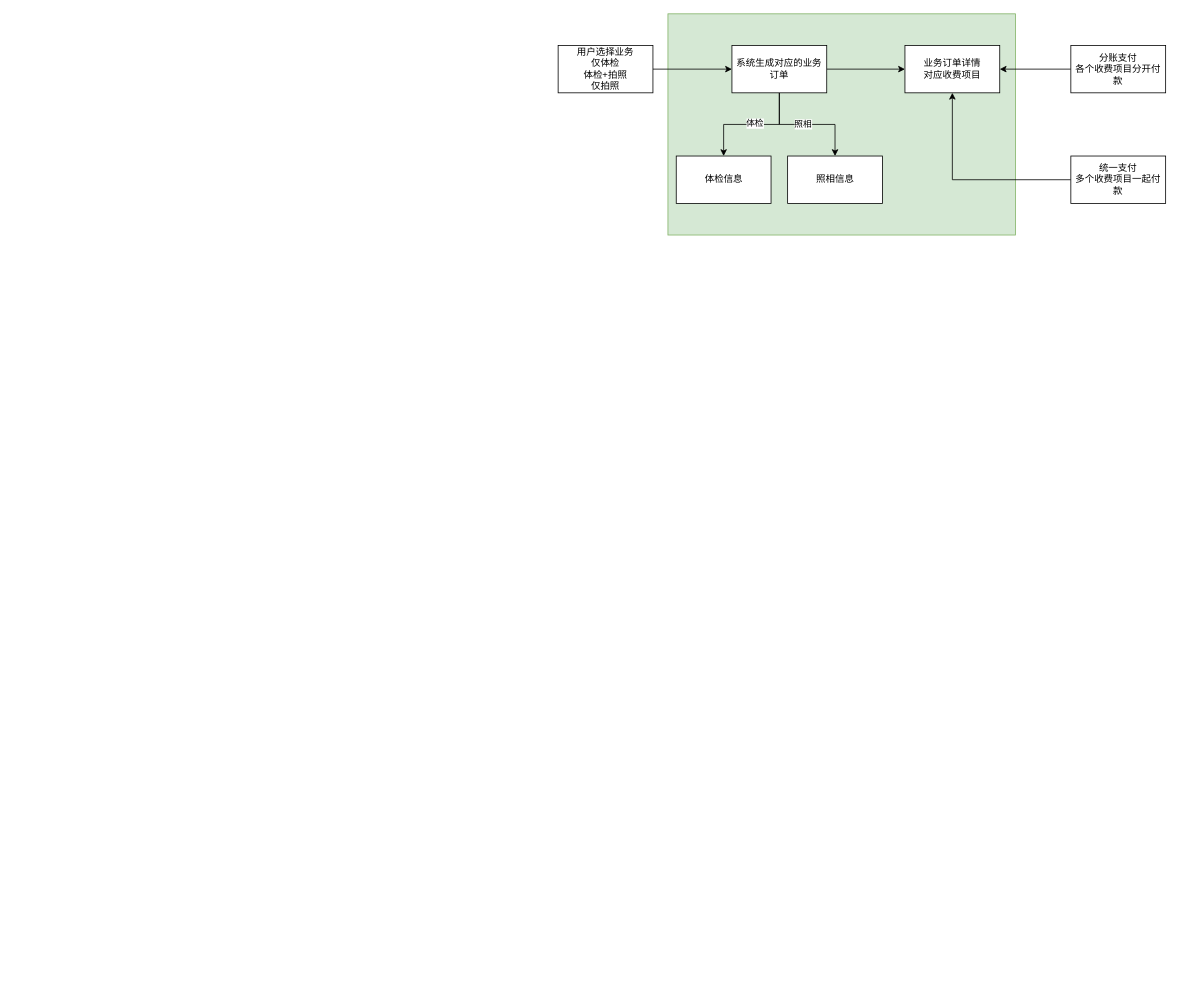
Earlier version of the draw.io diagram page "订单数据模型" (6 of 7) of V3.0.0.drawio (FifteenLab/test). Source tidied: cells renumbered, new cells numbered last; positions are measured from the earlier drawing's top-left corner, leaving out a move shared by most shapes. Both pictures are drawn from the tidied source at 79%, with x=0, y=0 at pixel (558, 13).
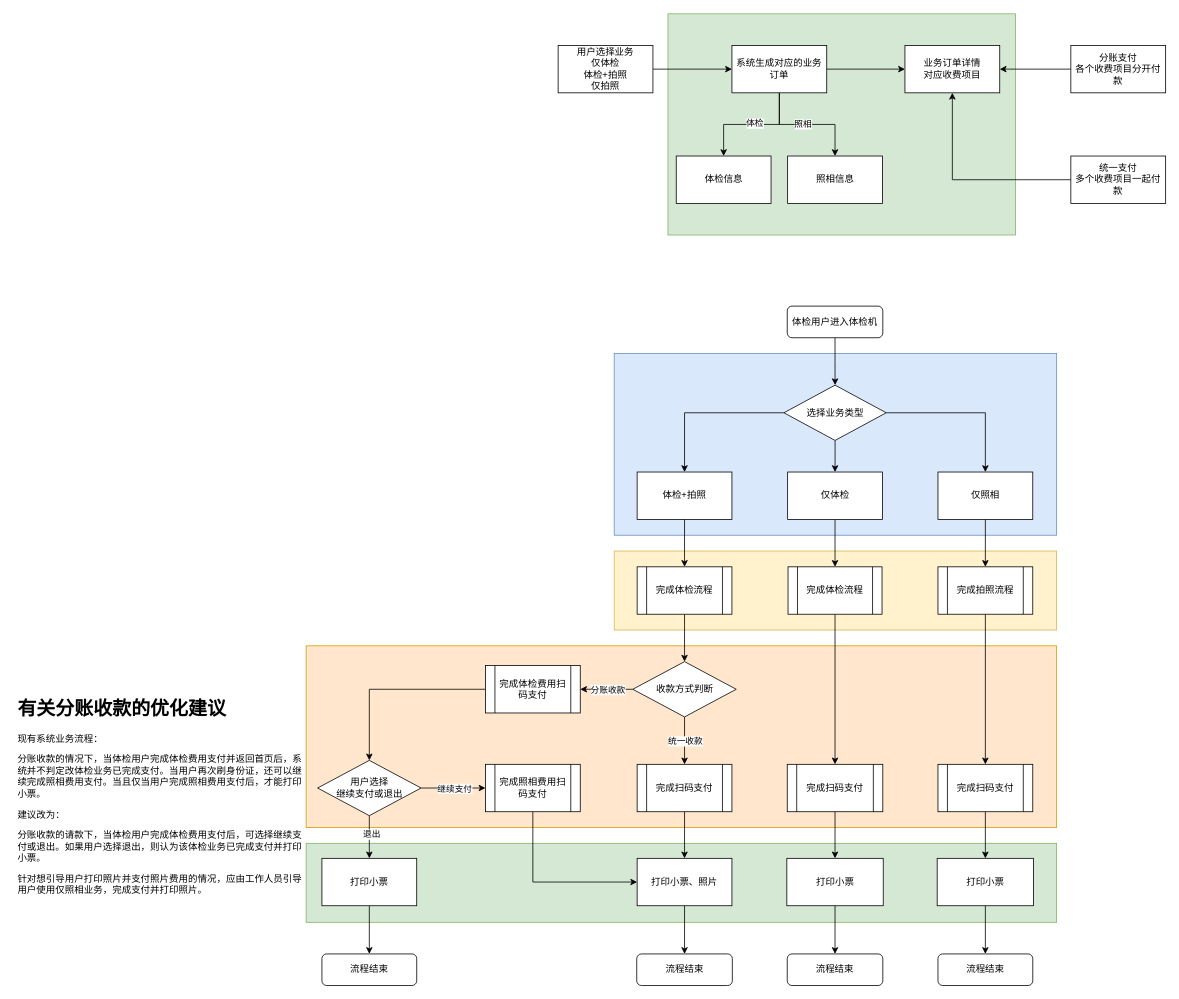
After the change.

Change to the diagram source:
```diff
@@
+    <mxCell id="17" style="rounded=0;whiteSpace=wrap;html=1;fillColor=#dae8fc;strokeColor=#6c8ebf;" parent="1" vertex="1">
+      <mxGeometry x="71" y="430" width="560" height="230" as="geometry" />
+    </mxCell>
+    <mxCell id="18" style="rounded=0;whiteSpace=wrap;html=1;fillColor=#d5e8d4;strokeColor=#82b366;" parent="1" vertex="1">
+      <mxGeometry x="-319" y="1050" width="950" height="100" as="geometry" />
+    </mxCell>
+    <mxCell id="19" style="rounded=0;whiteSpace=wrap;html=1;fillColor=#fff2cc;strokeColor=#d6b656;" parent="1" vertex="1">
+      <mxGeometry x="71" y="680" width="560" height="100" as="geometry" />
+    </mxCell>
+    <mxCell id="20" style="rounded=0;whiteSpace=wrap;html=1;fillColor=#ffe6cc;strokeColor=#d79b00;" parent="1" vertex="1">
+      <mxGeometry x="-319" y="800" width="950" height="230" as="geometry" />
+    </mxCell>
@@
+    <mxCell id="21" style="edgeStyle=orthogonalEdgeStyle;rounded=0;jettySize=auto;html=1;exitX=0;exitY=0.5;exitDx=0;exitDy=0;" parent="1" edge="1" source="31" target="27">
+      <mxGeometry relative="1" as="geometry" />
+    </mxCell>
+    <mxCell id="22" style="edgeStyle=orthogonalEdgeStyle;rounded=0;jettySize=auto;html=1;exitX=0.5;exitY=1;exitDx=0;exitDy=0;" parent="1" edge="1" source="31" target="25">
+      <mxGeometry relative="1" as="geometry" />
+    </mxCell>
+    <mxCell id="23" style="edgeStyle=orthogonalEdgeStyle;rounded=0;jettySize=auto;html=1;entryX=0.5;entryY=0;entryDx=0;entryDy=0;exitX=1;exitY=0.5;exitDx=0;exitDy=0;" parent="1" edge="1" source="31" target="29">
+      <mxGeometry relative="1" as="geometry" />
+    </mxCell>
+    <mxCell id="24" style="edgeStyle=orthogonalEdgeStyle;rounded=0;jettySize=auto;html=1;" parent="1" edge="1" source="25" target="55">
+      <mxGeometry relative="1" as="geometry" />
+    </mxCell>
+    <mxCell id="25" value="仅体检" style="rounded=0;whiteSpace=wrap;html=1;" parent="1" vertex="1">
+      <mxGeometry x="290.5" y="580" width="120" height="60" as="geometry" />
+    </mxCell>
+    <mxCell id="26" style="edgeStyle=orthogonalEdgeStyle;rounded=0;jettySize=auto;html=1;" parent="1" edge="1" source="27" target="33">
+      <mxGeometry relative="1" as="geometry" />
+    </mxCell>
+    <mxCell id="27" value="体检+拍照" style="rounded=0;whiteSpace=wrap;html=1;" parent="1" vertex="1">
+      <mxGeometry x="100" y="580" width="120" height="60" as="geometry" />
+    </mxCell>
+    <mxCell id="28" style="edgeStyle=orthogonalEdgeStyle;rounded=0;jettySize=auto;html=1;entryX=0.5;entryY=0;entryDx=0;entryDy=0;" parent="1" edge="1" source="29" target="62">
+      <mxGeometry relative="1" as="geometry" />
+    </mxCell>
+    <mxCell id="29" value="仅照相" style="rounded=0;whiteSpace=wrap;html=1;" parent="1" vertex="1">
+      <mxGeometry x="480.8" y="580" width="120" height="60" as="geometry" />
+    </mxCell>
+    <mxCell id="30" style="edgeStyle=orthogonalEdgeStyle;rounded=0;jettySize=auto;html=1;entryX=0.5;entryY=0;entryDx=0;entryDy=0;exitX=0.5;exitY=1;exitDx=0;exitDy=0;" parent="1" edge="1" source="44" target="31">
+      <mxGeometry relative="1" as="geometry" />
+    </mxCell>
+    <mxCell id="31" value="选择业务类型" style="rhombus;whiteSpace=wrap;html=1;" parent="1" vertex="1">
+      <mxGeometry x="285.8" y="470" width="129.5" height="70" as="geometry" />
+    </mxCell>
+    <mxCell id="32" style="edgeStyle=orthogonalEdgeStyle;rounded=0;jettySize=auto;html=1;entryX=0.5;entryY=0;entryDx=0;entryDy=0;" parent="1" edge="1" source="33" target="38">
+      <mxGeometry relative="1" as="geometry" />
+    </mxCell>
+    <mxCell id="33" value="完成体检流程" style="shape=process;whiteSpace=wrap;html=1;backgroundOutline=1;" parent="1" vertex="1">
+      <mxGeometry x="100" y="700" width="120" height="60" as="geometry" />
+    </mxCell>
+    <mxCell id="34" style="edgeStyle=orthogonalEdgeStyle;rounded=0;jettySize=auto;html=1;" parent="1" edge="1" source="38" target="40">
+      <mxGeometry relative="1" as="geometry" />
+    </mxCell>
+    <mxCell id="35" value="统一收款" style="edgeLabel;html=1;align=center;verticalAlign=middle;" parent="34" vertex="1">
+      <mxGeometry x="-0.47" y="-1" relative="1" as="geometry">
+        <mxPoint x="1" y="14" as="offset" />
+      </mxGeometry>
+    </mxCell>
+    <mxCell id="36" style="edgeStyle=orthogonalEdgeStyle;rounded=0;jettySize=auto;html=1;entryX=1;entryY=0.5;entryDx=0;entryDy=0;" parent="1" edge="1" source="38" target="46">
+      <mxGeometry relative="1" as="geometry" />
+    </mxCell>
+    <mxCell id="37" value="分账收款" style="edgeLabel;html=1;align=center;verticalAlign=middle;" parent="36" vertex="1">
+      <mxGeometry x="-0.2" y="-1" relative="1" as="geometry">
+        <mxPoint x="-5.5" y="1" as="offset" />
+      </mxGeometry>
+    </mxCell>
+    <mxCell id="38" value="收款方式判断" style="rhombus;whiteSpace=wrap;html=1;" parent="1" vertex="1">
+      <mxGeometry x="94.5" y="820" width="131" height="70" as="geometry" />
+    </mxCell>
+    <mxCell id="39" style="edgeStyle=orthogonalEdgeStyle;rounded=0;jettySize=auto;html=1;" parent="1" edge="1" source="40" target="42">
+      <mxGeometry relative="1" as="geometry" />
+    </mxCell>
+    <mxCell id="40" value="完成扫码支付" style="shape=process;whiteSpace=wrap;html=1;backgroundOutline=1;" parent="1" vertex="1">
+      <mxGeometry x="100" y="950" width="120" height="60" as="geometry" />
+    </mxCell>
+    <mxCell id="41" style="edgeStyle=orthogonalEdgeStyle;rounded=0;jettySize=auto;html=1;" parent="1" edge="1" source="42" target="43">
+      <mxGeometry relative="1" as="geometry" />
+    </mxCell>
+    <mxCell id="42" value="打印小票、照片" style="rounded=0;whiteSpace=wrap;html=1;" parent="1" vertex="1">
+      <mxGeometry x="100" y="1069" width="120" height="60" as="geometry" />
+    </mxCell>
+    <mxCell id="43" value="流程结束" style="rounded=1;whiteSpace=wrap;html=1;" parent="1" vertex="1">
+      <mxGeometry x="99.5" y="1190" width="121" height="40" as="geometry" />
+    </mxCell>
+    <mxCell id="44" value="体检用户进入体检机" style="rounded=1;whiteSpace=wrap;html=1;" parent="1" vertex="1">
+      <mxGeometry x="290" y="370" width="121" height="40" as="geometry" />
+    </mxCell>
+    <mxCell id="45" style="edgeStyle=orthogonalEdgeStyle;rounded=0;jettySize=auto;html=1;" parent="1" edge="1" source="46" target="51">
+      <mxGeometry relative="1" as="geometry" />
+    </mxCell>
+    <mxCell id="46" value="完成体检费用扫码支付" style="shape=process;whiteSpace=wrap;html=1;backgroundOutline=1;" parent="1" vertex="1">
+      <mxGeometry x="-92" y="825" width="120" height="60" as="geometry" />
+    </mxCell>
+    <mxCell id="47" value="流程结束" style="rounded=1;whiteSpace=wrap;html=1;" parent="1" vertex="1">
+      <mxGeometry x="-299" y="1190" width="120" height="40" as="geometry" />
+    </mxCell>
+    <mxCell id="48" style="edgeStyle=orthogonalEdgeStyle;rounded=0;jettySize=auto;html=1;" parent="1" edge="1" source="68" target="47">
+      <mxGeometry relative="1" as="geometry" />
+    </mxCell>
+    <mxCell id="49" style="edgeStyle=orthogonalEdgeStyle;rounded=0;jettySize=auto;html=1;exitX=1;exitY=0.5;exitDx=0;exitDy=0;entryX=0;entryY=0.5;entryDx=0;entryDy=0;" parent="1" edge="1" source="51" target="53">
+      <mxGeometry relative="1" as="geometry" />
+    </mxCell>
+    <mxCell id="50" value="继续支付" style="edgeLabel;html=1;align=center;verticalAlign=middle;" parent="49" vertex="1">
+      <mxGeometry x="0.02" relative="1" as="geometry" />
+    </mxCell>
+    <mxCell id="51" value="用户选择&lt;br&gt;继续支付或退出" style="rhombus;whiteSpace=wrap;html=1;strokeColor=#000000;" parent="1" vertex="1">
+      <mxGeometry x="-304.5" y="945" width="131" height="70" as="geometry" />
+    </mxCell>
+    <mxCell id="52" style="edgeStyle=orthogonalEdgeStyle;rounded=0;jettySize=auto;html=1;exitX=0.5;exitY=1;exitDx=0;exitDy=0;entryX=0;entryY=0.5;entryDx=0;entryDy=0;" parent="1" edge="1" source="53" target="42">
+      <mxGeometry relative="1" as="geometry" />
+    </mxCell>
+    <mxCell id="53" value="完成照相费用扫码支付" style="shape=process;whiteSpace=wrap;html=1;backgroundOutline=1;" parent="1" vertex="1">
+      <mxGeometry x="-92" y="950" width="120" height="60" as="geometry" />
+    </mxCell>
+    <mxCell id="54" style="edgeStyle=orthogonalEdgeStyle;rounded=0;jettySize=auto;html=1;" parent="1" edge="1" source="55" target="57">
+      <mxGeometry relative="1" as="geometry" />
+    </mxCell>
+    <mxCell id="55" value="完成体检流程" style="shape=process;whiteSpace=wrap;html=1;backgroundOutline=1;" parent="1" vertex="1">
+      <mxGeometry x="291" y="700" width="119" height="60" as="geometry" />
+    </mxCell>
+    <mxCell id="56" style="edgeStyle=orthogonalEdgeStyle;rounded=0;jettySize=auto;html=1;" parent="1" edge="1" source="57" target="60">
+      <mxGeometry relative="1" as="geometry" />
+    </mxCell>
+    <mxCell id="57" value="完成扫码支付" style="shape=process;whiteSpace=wrap;html=1;backgroundOutline=1;" parent="1" vertex="1">
+      <mxGeometry x="290" y="950" width="121" height="60" as="geometry" />
+    </mxCell>
+    <mxCell id="58" value="流程结束" style="rounded=1;whiteSpace=wrap;html=1;" parent="1" vertex="1">
+      <mxGeometry x="290" y="1190" width="121" height="40" as="geometry" />
+    </mxCell>
+    <mxCell id="59" style="edgeStyle=orthogonalEdgeStyle;rounded=0;jettySize=auto;html=1;" parent="1" edge="1" source="60" target="58">
+      <mxGeometry relative="1" as="geometry" />
+    </mxCell>
+    <mxCell id="60" value="打印小票" style="rounded=0;whiteSpace=wrap;html=1;" parent="1" vertex="1">
+      <mxGeometry x="289.5" y="1069" width="122" height="60" as="geometry" />
+    </mxCell>
+    <mxCell id="61" style="edgeStyle=orthogonalEdgeStyle;rounded=0;jettySize=auto;html=1;" parent="1" edge="1" source="62" target="64">
+      <mxGeometry relative="1" as="geometry" />
+    </mxCell>
+    <mxCell id="62" value="完成拍照流程" style="shape=process;whiteSpace=wrap;html=1;backgroundOutline=1;" parent="1" vertex="1">
+      <mxGeometry x="480.8" y="700" width="120" height="60" as="geometry" />
+    </mxCell>
+    <mxCell id="63" style="edgeStyle=orthogonalEdgeStyle;rounded=0;jettySize=auto;html=1;entryX=0.5;entryY=0;entryDx=0;entryDy=0;" parent="1" edge="1" source="64" target="67">
+      <mxGeometry relative="1" as="geometry" />
+    </mxCell>
+    <mxCell id="64" value="完成扫码支付" style="shape=process;whiteSpace=wrap;html=1;backgroundOutline=1;" parent="1" vertex="1">
+      <mxGeometry x="480.8" y="950" width="120" height="60" as="geometry" />
+    </mxCell>
+    <mxCell id="65" value="流程结束" style="rounded=1;whiteSpace=wrap;html=1;" parent="1" vertex="1">
+      <mxGeometry x="480.8" y="1190" width="120" height="40" as="geometry" />
+    </mxCell>
+    <mxCell id="66" style="edgeStyle=orthogonalEdgeStyle;rounded=0;jettySize=auto;html=1;" parent="1" edge="1" source="67" target="65">
+      <mxGeometry relative="1" as="geometry" />
+    </mxCell>
+    <mxCell id="67" value="打印小票" style="rounded=0;whiteSpace=wrap;html=1;" parent="1" vertex="1">
+      <mxGeometry x="479.8" y="1069" width="122" height="60" as="geometry" />
+    </mxCell>
+    <mxCell id="68" value="打印小票" style="rounded=0;whiteSpace=wrap;html=1;" parent="1" vertex="1">
+      <mxGeometry x="-299" y="1069" width="120" height="60" as="geometry" />
+    </mxCell>
+    <mxCell id="69" style="edgeStyle=orthogonalEdgeStyle;rounded=0;jettySize=auto;html=1;" parent="1" edge="1" source="51" target="68">
+      <mxGeometry relative="1" as="geometry" />
+    </mxCell>
+    <mxCell id="70" value="退出" style="edgeLabel;html=1;align=center;verticalAlign=middle;" parent="69" vertex="1">
+      <mxGeometry x="-0.12" y="1" relative="1" as="geometry">
+        <mxPoint x="1" y="-1" as="offset" />
+      </mxGeometry>
+    </mxCell>
+    <mxCell id="71" value="&lt;h1&gt;有关分账收款的优化建议&lt;/h1&gt;&lt;p&gt;现有系统业务流程：&lt;/p&gt;&lt;p&gt;&lt;span&gt;分账收款的情况下，当体检用户完成体检费用支付并返回首页后，系统并不判定改体检业务已完成支付。当用户再次刷身份证，还可以继续完成照相费用支付。当且仅当用户完成照相费用支付后，才能打印小票。&lt;/span&gt;&lt;/p&gt;&lt;p&gt;建议改为：&lt;/p&gt;&lt;p&gt;分账收款的请款下，当体检用户完成体检费用支付后，可选择继续支付或退出。如果用户选择退出，则认为该体检业务已完成支付并打印小票。&lt;/p&gt;&lt;p&gt;针对想引导用户打印照片并支付照片费用的情况，应由工作人员引导用户使用仅照相业务，完成支付并打印照片。&lt;/p&gt;&lt;p&gt;&lt;br&gt;&lt;/p&gt;" style="text;html=1;strokeColor=none;fillColor=none;spacing=5;spacingTop=-20;whiteSpace=wrap;overflow=hidden;rounded=0;" parent="1" vertex="1">
+      <mxGeometry x="-689" y="860" width="370" height="260" as="geometry" />
+    </mxCell>
```
